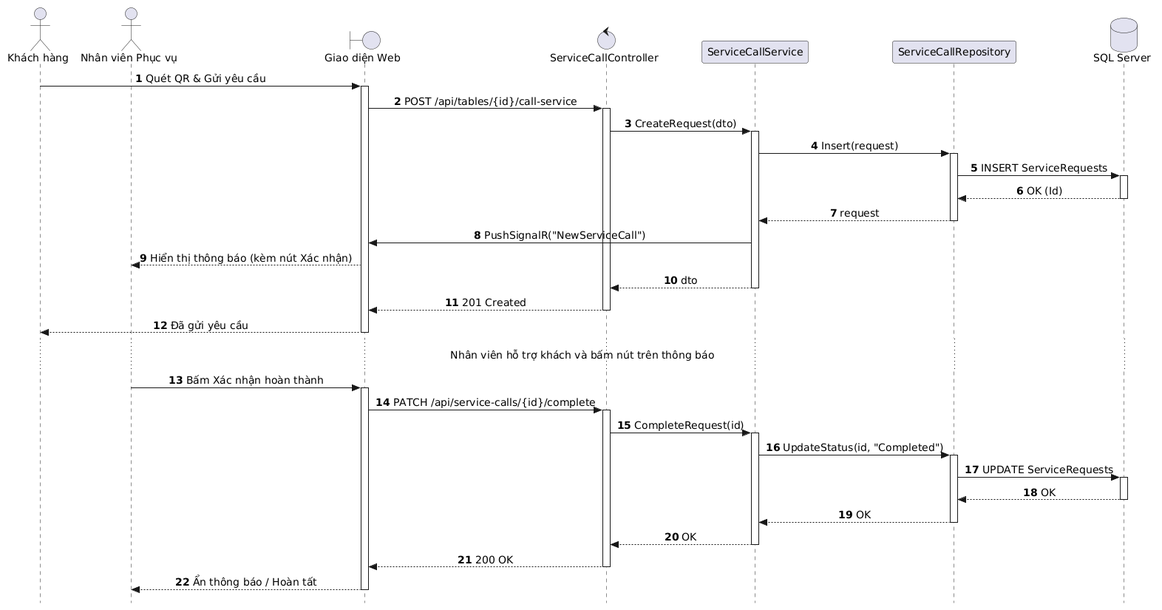
Above: out/docs/puml/sequences/SD_UC_U2_Call_Service_QR/SD_UC_U2_Call_Service_QR.png in AndrewQng/VinDining (PlantUML), before the change.
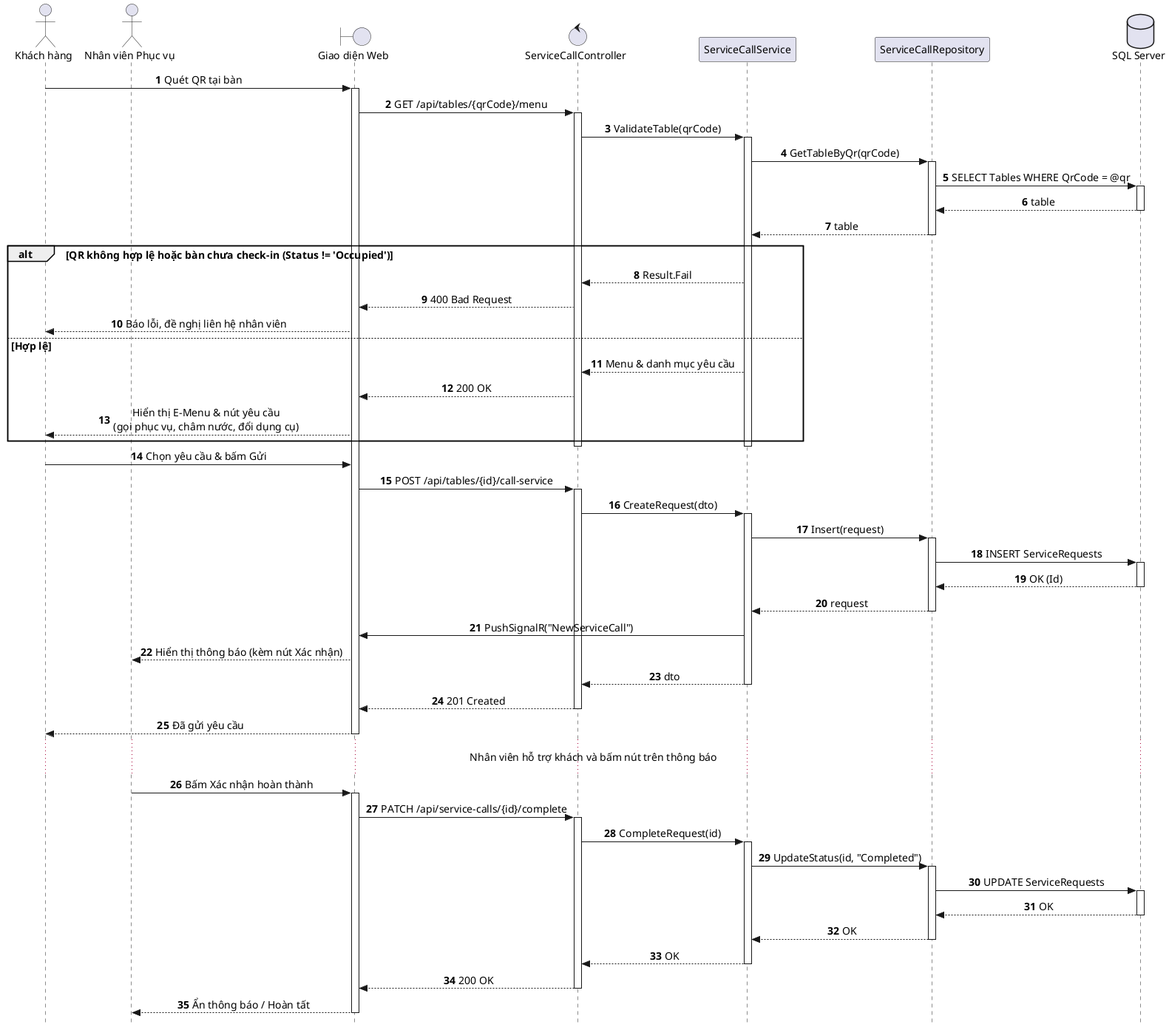
Above is the later version.

Change to the diagram source:
```diff
@@ -1,4 +1,4 @@
-@startuml
+@startuml SD_UC_U2_Call_Service_QR
 autonumber
 skinparam style strictuml
 skinparam sequenceMessageAlign center
@@ -14,8 +14,34 @@
 participant "ServiceCallRepository" as Repo
 database "SQL Server" as DB
 
-Guest -> UI: Quét QR & Gửi yêu cầu
+Guest -> UI: Quét QR tại bàn
 activate UI
+UI -> Controller: GET /api/tables/{qrCode}/menu
+activate Controller
+Controller -> Service: ValidateTable(qrCode)
+activate Service
+Service -> Repo: GetTableByQr(qrCode)
+activate Repo
+Repo -> DB: SELECT Tables WHERE QrCode = @qr
+activate DB
+DB --> Repo: table
+deactivate DB
+Repo --> Service: table
+deactivate Repo
+
+alt QR không hợp lệ hoặc bàn chưa check-in (Status != 'Occupied')
+    Service --> Controller: Result.Fail
+    Controller --> UI: 400 Bad Request
+    UI --> Guest: Báo lỗi, đề nghị liên hệ nhân viên
+else Hợp lệ
+    Service --> Controller: Menu & danh mục yêu cầu
+    Controller --> UI: 200 OK
+    UI --> Guest: Hiển thị E-Menu & nút yêu cầu\n(gọi phục vụ, châm nước, đổi dụng cụ)
+end
+deactivate Service
+deactivate Controller
+
+Guest -> UI: Chọn yêu cầu & bấm Gửi
 
 UI -> Controller: POST /api/tables/{id}/call-service
 activate Controller
@@ -76,4 +102,5 @@
 
 UI --> Waitstaff: Ẩn thông báo / Hoàn tất
 deactivate UI
+
 @enduml
```
